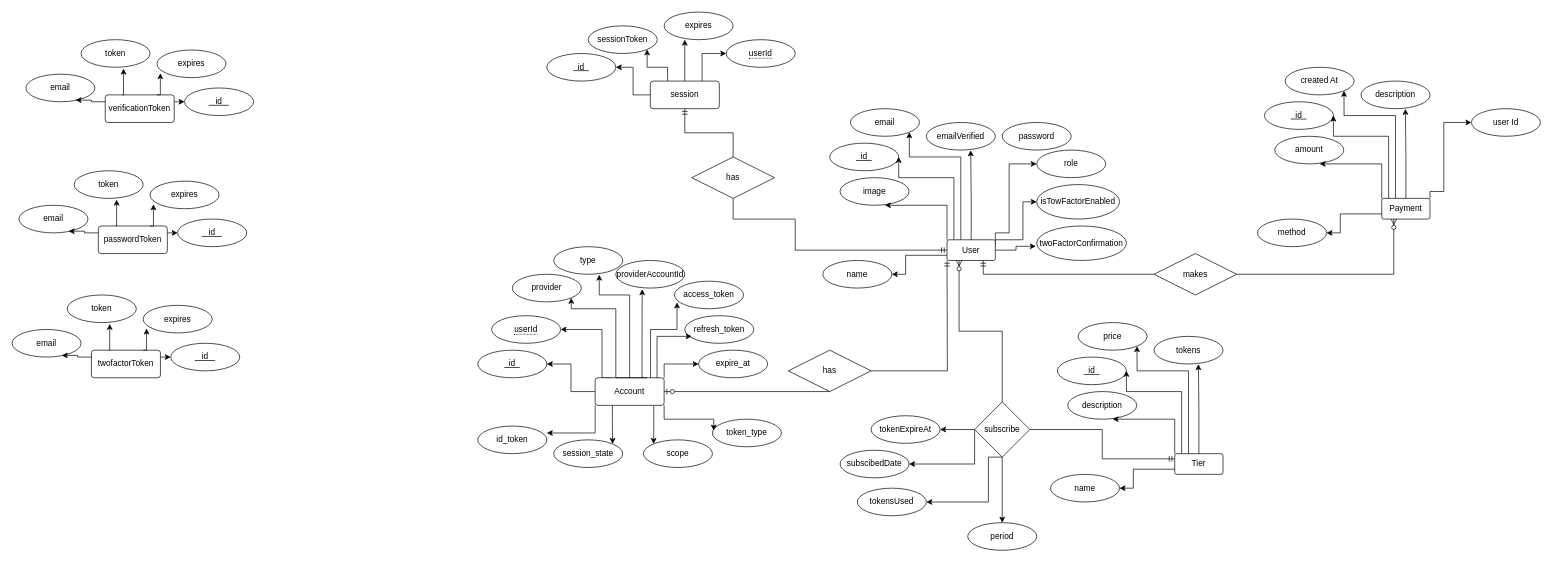
Above: ERD/Untitled Diagram.drawio in janaka4345/ai-pal (draw.io), before the change. Source tidied: cells renumbered, new cells numbered last; positions are measured from the earlier drawing's top-left corner, leaving out a move shared by most shapes. Both pictures are drawn from the tidied source at 69%, with x=0, y=0 at pixel (12, 12).
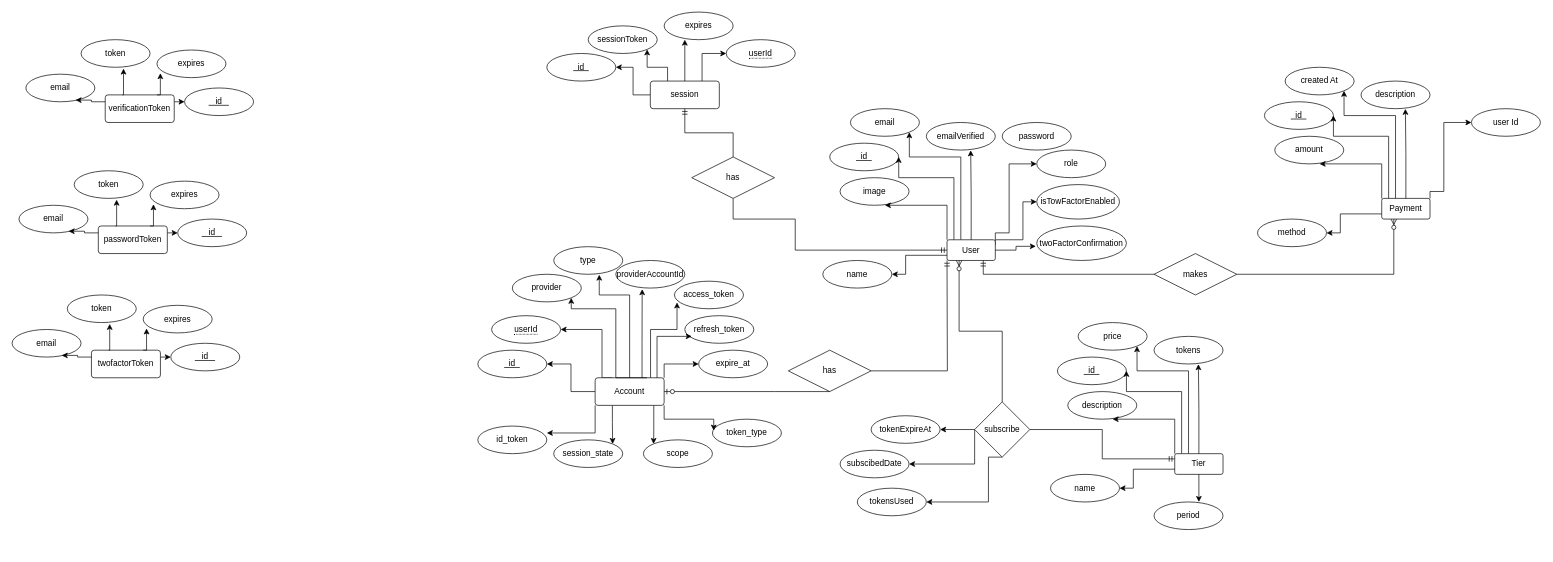
The same diagram, later.

Commit message:
minor update tier modal

The change refers to these unchanged cells:
```xml
<mxCell id="103" value="Tier" style="rounded=1;arcSize=10;whiteSpace=wrap;html=1;align=center;" parent="1" vertex="1">
  <mxGeometry x="1685" y="640" width="70" height="30" as="geometry" />
</mxCell>
<mxCell id="115" value="subscribe" style="rhombus;whiteSpace=wrap;html=1;" parent="1" vertex="1">
  <mxGeometry x="1395" y="565" width="80" height="80" as="geometry" />
</mxCell>
```

Diff of the diagram source:
```diff
@@
-    <mxCell id="113" style="edgeStyle=orthogonalEdgeStyle;rounded=0;jettySize=auto;html=1;entryX=0.5;entryY=0;entryDx=0;entryDy=0;" parent="1" edge="1" source="115" target="124">
-      <mxGeometry relative="1" as="geometry" />
-    </mxCell>
@@
     <mxCell id="124" value="period" style="ellipse;whiteSpace=wrap;html=1;align=center;" parent="1" vertex="1">
-      <mxGeometry x="1385" y="740" width="100" height="40" as="geometry" />
+      <mxGeometry x="1655" y="710" width="100" height="40" as="geometry" />
     </mxCell>
+    <mxCell id="125" style="edgeStyle=orthogonalEdgeStyle;rounded=0;jettySize=auto;html=1;entryX=0.65;entryY=0;entryDx=0;entryDy=0;entryPerimeter=0;" parent="1" edge="1" source="103" target="124">
+      <mxGeometry relative="1" as="geometry" />
+    </mxCell>
```
